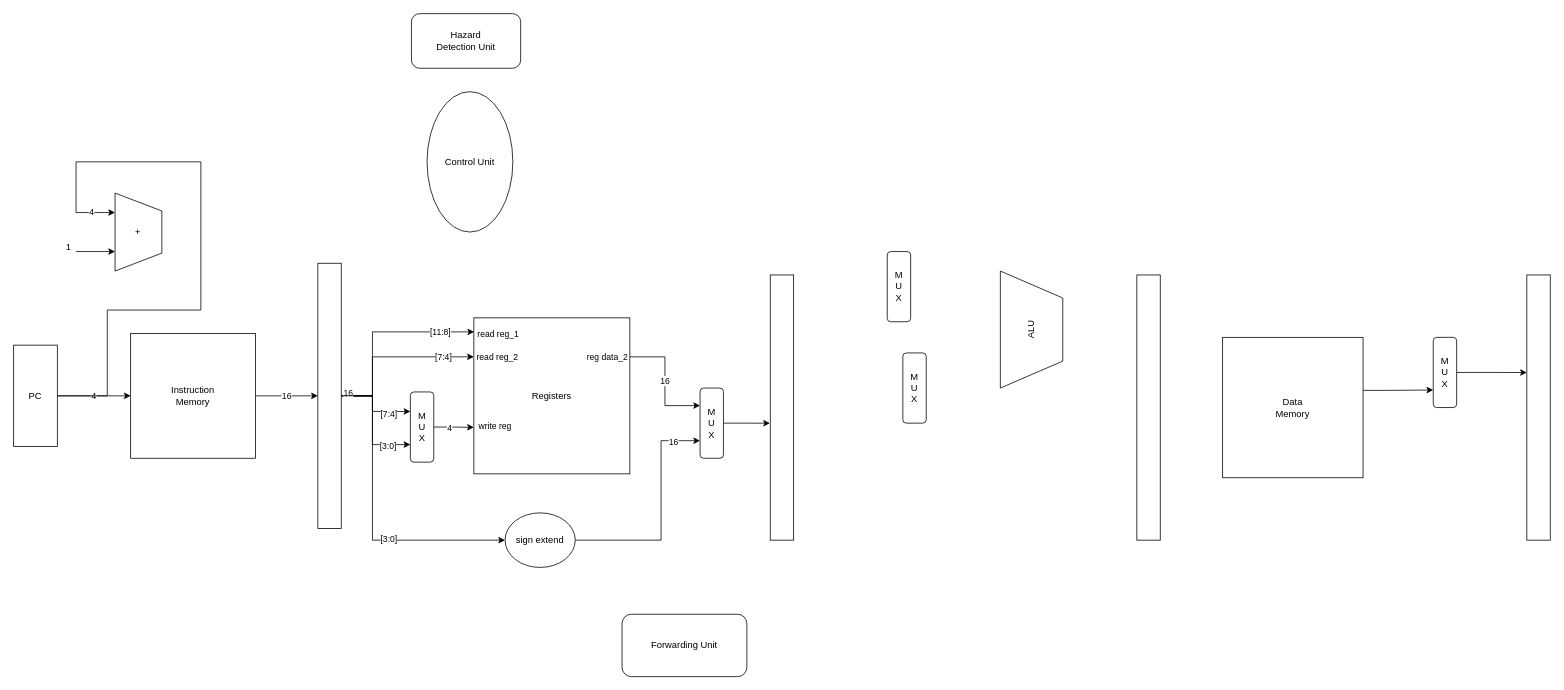
This is Untitled Diagram.drawio from PeitingXie/COMP3211-project, a draw.io file, before an edit. Source tidied: cells renumbered, new cells numbered last; positions are measured from the earlier drawing's top-left corner, leaving out a move shared by most shapes. Both pictures are drawn from the tidied source at 78%, with x=0, y=0 at pixel (13, 13).
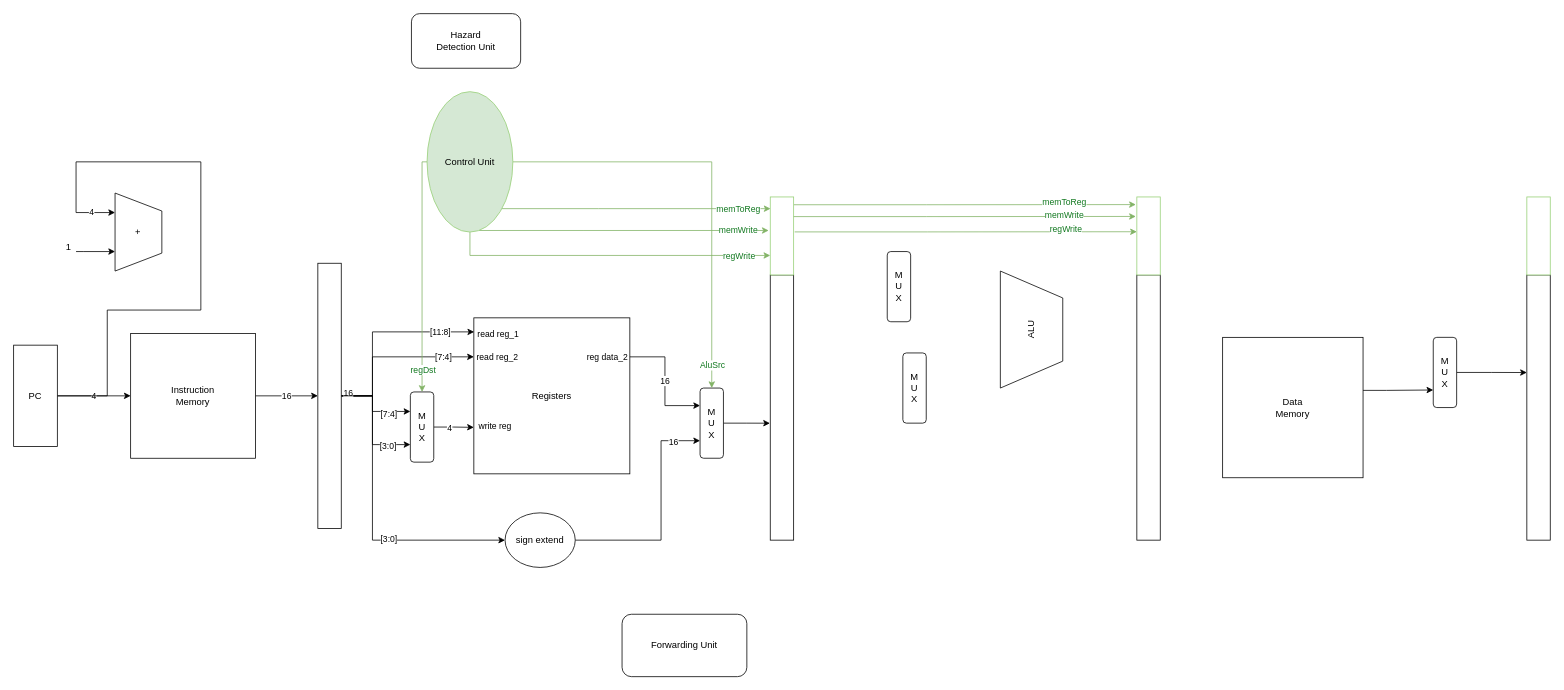
Above is the later version.

Commit message:
added some control signals to Untitled Diagram.drawio

The change refers to these unchanged cells:
```xml
<mxCell id="27" value="M&lt;br&gt;U&lt;br&gt;X" style="rounded=1;whiteSpace=wrap;html=1;" parent="1" vertex="1">
  <mxGeometry x="880" y="480" width="30" height="90" as="geometry" />
</mxCell>
<mxCell id="43" value="M&lt;br&gt;U&lt;br&gt;X" style="rounded=1;whiteSpace=wrap;html=1;" parent="1" vertex="1">
  <mxGeometry x="508.6" y="485" width="30" height="90" as="geometry" />
</mxCell>
```

Change to the diagram source:
```diff
@@
+    <mxCell id="47" style="edgeStyle=orthogonalEdgeStyle;rounded=0;jettySize=auto;html=1;entryX=0.5;entryY=0;entryDx=0;entryDy=0;fillColor=#d5e8d4;strokeColor=#82b366;" parent="1" edge="1" source="40" target="43">
+      <mxGeometry relative="1" as="geometry">
+        <Array as="points">
+          <mxPoint x="524" y="190" />
+        </Array>
+      </mxGeometry>
+    </mxCell>
+    <mxCell id="48" value="&lt;font color=&quot;#11781f&quot;&gt;regDst&lt;/font&gt;" style="edgeLabel;html=1;align=center;verticalAlign=middle;" parent="47" vertex="1">
+      <mxGeometry x="0.81" y="1" relative="1" as="geometry" />
+    </mxCell>
+    <mxCell id="49" style="edgeStyle=orthogonalEdgeStyle;rounded=0;jettySize=auto;html=1;entryX=0.5;entryY=0;entryDx=0;entryDy=0;fontColor=#11781F;fillColor=#d5e8d4;strokeColor=#82b366;" parent="1" edge="1" source="40" target="27">
+      <mxGeometry relative="1" as="geometry">
+        <Array as="points">
+          <mxPoint x="895" y="190" />
+        </Array>
+      </mxGeometry>
+    </mxCell>
+    <mxCell id="50" value="AluSrc" style="edgeLabel;html=1;align=center;verticalAlign=middle;fontColor=#11781F;" parent="49" vertex="1">
+      <mxGeometry x="0.89" relative="1" as="geometry" />
+    </mxCell>
+    <mxCell id="51" style="edgeStyle=orthogonalEdgeStyle;rounded=0;jettySize=auto;html=1;entryX=0.013;entryY=0.15;entryDx=0;entryDy=0;entryPerimeter=0;fontColor=#11781F;fillColor=#d5e8d4;strokeColor=#82b366;" parent="1" edge="1" source="40" target="59">
+      <mxGeometry relative="1" as="geometry">
+        <Array as="points">
+          <mxPoint x="750" y="250" />
+          <mxPoint x="750" y="250" />
+        </Array>
+      </mxGeometry>
+    </mxCell>
+    <mxCell id="52" value="memToReg" style="edgeLabel;html=1;align=center;verticalAlign=middle;fontColor=#11781F;" parent="51" vertex="1">
+      <mxGeometry x="0.76" relative="1" as="geometry" />
+    </mxCell>
+    <mxCell id="53" style="edgeStyle=orthogonalEdgeStyle;rounded=0;jettySize=auto;html=1;entryX=-0.067;entryY=0.43;entryDx=0;entryDy=0;entryPerimeter=0;fontColor=#11781F;fillColor=#d5e8d4;strokeColor=#82b366;" parent="1" edge="1" source="40" target="59">
+      <mxGeometry relative="1" as="geometry">
+        <Array as="points">
+          <mxPoint x="730" y="278" />
+          <mxPoint x="730" y="278" />
+        </Array>
+      </mxGeometry>
+    </mxCell>
+    <mxCell id="54" value="memWrite" style="edgeLabel;html=1;align=center;verticalAlign=middle;fontColor=#11781F;" parent="53" vertex="1">
+      <mxGeometry x="0.79" y="1" relative="1" as="geometry" />
+    </mxCell>
+    <mxCell id="55" style="edgeStyle=orthogonalEdgeStyle;rounded=0;jettySize=auto;html=1;entryX=0;entryY=0.75;entryDx=0;entryDy=0;fontColor=#11781F;fillColor=#d5e8d4;strokeColor=#82b366;" parent="1" edge="1" source="40" target="59">
+      <mxGeometry relative="1" as="geometry">
+        <Array as="points">
+          <mxPoint x="585" y="310" />
+        </Array>
+      </mxGeometry>
+    </mxCell>
+    <mxCell id="56" value="regWrite" style="edgeLabel;html=1;align=center;verticalAlign=middle;fontColor=#11781F;" parent="55" vertex="1">
+      <mxGeometry x="0.8" relative="1" as="geometry" />
+    </mxCell>
-    <mxCell id="40" value="Control Unit" style="ellipse;whiteSpace=wrap;html=1;" parent="1" vertex="1">
+    <mxCell id="40" value="Control Unit" style="ellipse;whiteSpace=wrap;html=1;fillColor=#d5e8d4;strokeColor=#97D077;" parent="1" vertex="1">
       <mxGeometry x="530" y="100" width="110" height="180" as="geometry" />
     </mxCell>
@@
+    <mxCell id="57" style="edgeStyle=orthogonalEdgeStyle;rounded=0;jettySize=auto;html=1;entryX=-0.044;entryY=0.098;entryDx=0;entryDy=0;entryPerimeter=0;fontColor=#11781F;fillColor=#d5e8d4;strokeColor=#82b366;" parent="1" edge="1" source="59" target="60">
+      <mxGeometry relative="1" as="geometry">
+        <Array as="points">
+          <mxPoint x="1170" y="245" />
+          <mxPoint x="1170" y="245" />
+        </Array>
+      </mxGeometry>
+    </mxCell>
+    <mxCell id="58" value="memToReg" style="edgeLabel;html=1;align=center;verticalAlign=middle;fontColor=#11781F;" parent="57" vertex="1">
+      <mxGeometry x="0.58" y="3" relative="1" as="geometry" />
+    </mxCell>
+    <mxCell id="59" style="rounded=0;whiteSpace=wrap;html=1;shadow=0;fontColor=#11781F;strokeColor=#97D077;" parent="1" vertex="1">
+      <mxGeometry x="970" y="235" width="30" height="100" as="geometry" />
+    </mxCell>
+    <mxCell id="60" style="rounded=0;whiteSpace=wrap;html=1;shadow=0;fontColor=#11781F;strokeColor=#97D077;" parent="1" vertex="1">
+      <mxGeometry x="1440" y="235" width="30" height="100" as="geometry" />
+    </mxCell>
+    <mxCell id="61" style="edgeStyle=orthogonalEdgeStyle;rounded=0;orthogonalLoop=1;jettySize=auto;html=1;entryX=-0.044;entryY=0.098;entryDx=0;entryDy=0;entryPerimeter=0;fontColor=#11781F;fillColor=#d5e8d4;strokeColor=#82b366;" parent="1" edge="1">
+      <mxGeometry relative="1" as="geometry">
+        <mxPoint x="1000" y="260.2" as="sourcePoint" />
+        <mxPoint x="1438.7" y="260" as="targetPoint" />
+        <Array as="points">
+          <mxPoint x="1170" y="260.2" />
+          <mxPoint x="1170" y="260.2" />
+        </Array>
+      </mxGeometry>
+    </mxCell>
+    <mxCell id="62" value="memWrite" style="edgeLabel;html=1;align=center;verticalAlign=middle;fontColor=#11781F;" parent="61" vertex="1">
+      <mxGeometry x="0.58" y="3" relative="1" as="geometry" />
+    </mxCell>
+    <mxCell id="63" style="edgeStyle=orthogonalEdgeStyle;rounded=0;orthogonalLoop=1;jettySize=auto;html=1;entryX=-0.044;entryY=0.098;entryDx=0;entryDy=0;entryPerimeter=0;fontColor=#11781F;fillColor=#d5e8d4;strokeColor=#82b366;" parent="1" edge="1">
+      <mxGeometry relative="1" as="geometry">
+        <mxPoint x="1001.3" y="279.8" as="sourcePoint" />
+        <mxPoint x="1440" y="279.6" as="targetPoint" />
+        <Array as="points">
+          <mxPoint x="1171.3" y="279.8" />
+          <mxPoint x="1171.3" y="279.8" />
+        </Array>
+      </mxGeometry>
+    </mxCell>
+    <mxCell id="64" value="regWrite" style="edgeLabel;html=1;align=center;verticalAlign=middle;fontColor=#11781F;" parent="63" vertex="1">
+      <mxGeometry x="0.58" y="3" relative="1" as="geometry" />
+    </mxCell>
+    <mxCell id="65" style="rounded=0;whiteSpace=wrap;html=1;shadow=0;fontColor=#11781F;strokeColor=#97D077;" parent="1" vertex="1">
+      <mxGeometry x="1940" y="235" width="30" height="100" as="geometry" />
+    </mxCell>
```
